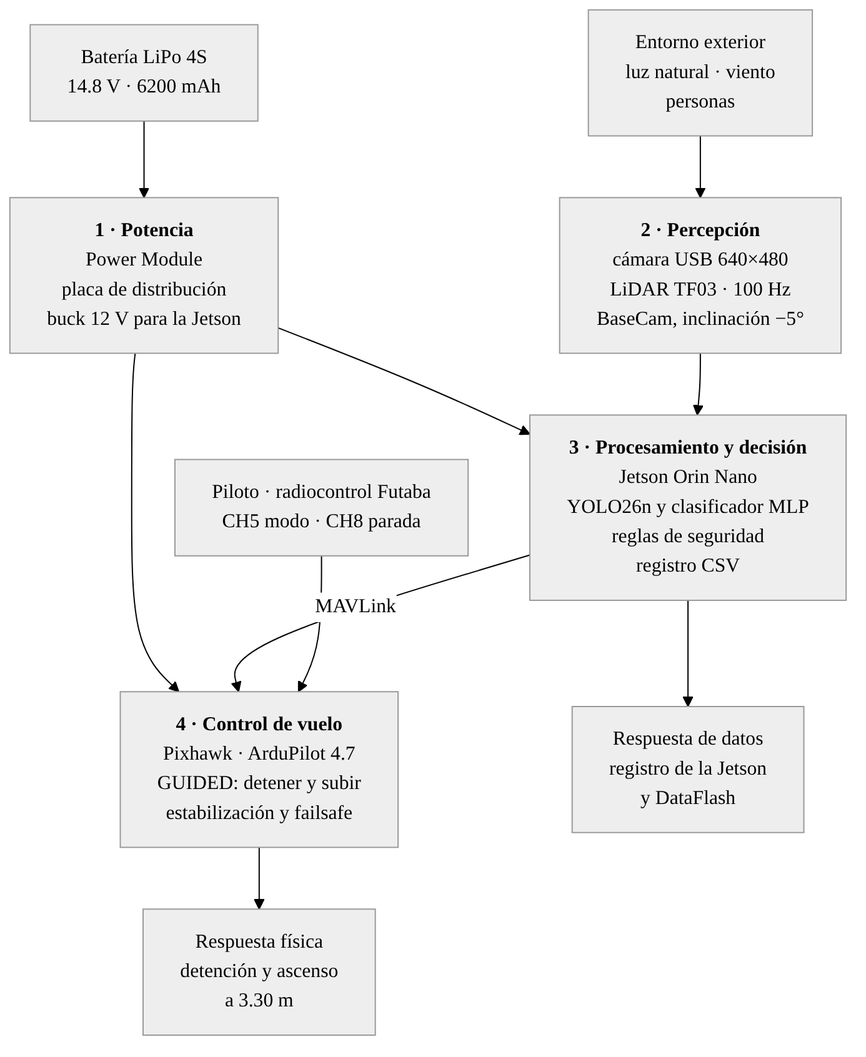
The Mermaid diagram 08_EVIDENCIA_Y_DIAGRAMAS/diagramas/07_caja_transparente.png in brahianorrego/Talos-AI, before a commit. Its source is kept beside it as 08_EVIDENCIA_Y_DIAGRAMAS/diagramas/07_caja_transparente.mmd. Source of this version:
```mermaid
flowchart TB
    BAT["Batería LiPo 4S<br/>14.8 V · 6200 mAh"]
    ENT["Entorno exterior<br/>luz natural · viento<br/>personas"]
    RC["Piloto · radiocontrol Futaba<br/>CH5 modo · CH8 parada"]
    POT["<b>1 · Potencia</b><br/>Power Module<br/>placa de distribución<br/>buck 12 V para la Jetson"]
    PER["<b>2 · Percepción</b><br/>cámara USB 640×480<br/>LiDAR TF03 · 100 Hz<br/>BaseCam, inclinación −5°"]
    DEC["<b>3 · Procesamiento y decisión</b><br/>Jetson Orin Nano<br/>YOLO26n y clasificador MLP<br/>reglas de seguridad<br/>registro CSV"]
    CTL["<b>4 · Control de vuelo</b><br/>Pixhawk · ArduPilot 4.7<br/>GUIDED: detener y subir<br/>estabilización y failsafe"]
    OUT1["Respuesta física<br/>detención y ascenso<br/>a 3.30 m"]
    OUT2["Respuesta de datos<br/>registro de la Jetson<br/>y DataFlash"]
    BAT --> POT
    ENT --> PER
    POT --> DEC
    PER --> DEC
    POT --> CTL
    DEC -->|"MAVLink"| CTL
    RC --> CTL
    CTL --> OUT1
    DEC --> OUT2
```
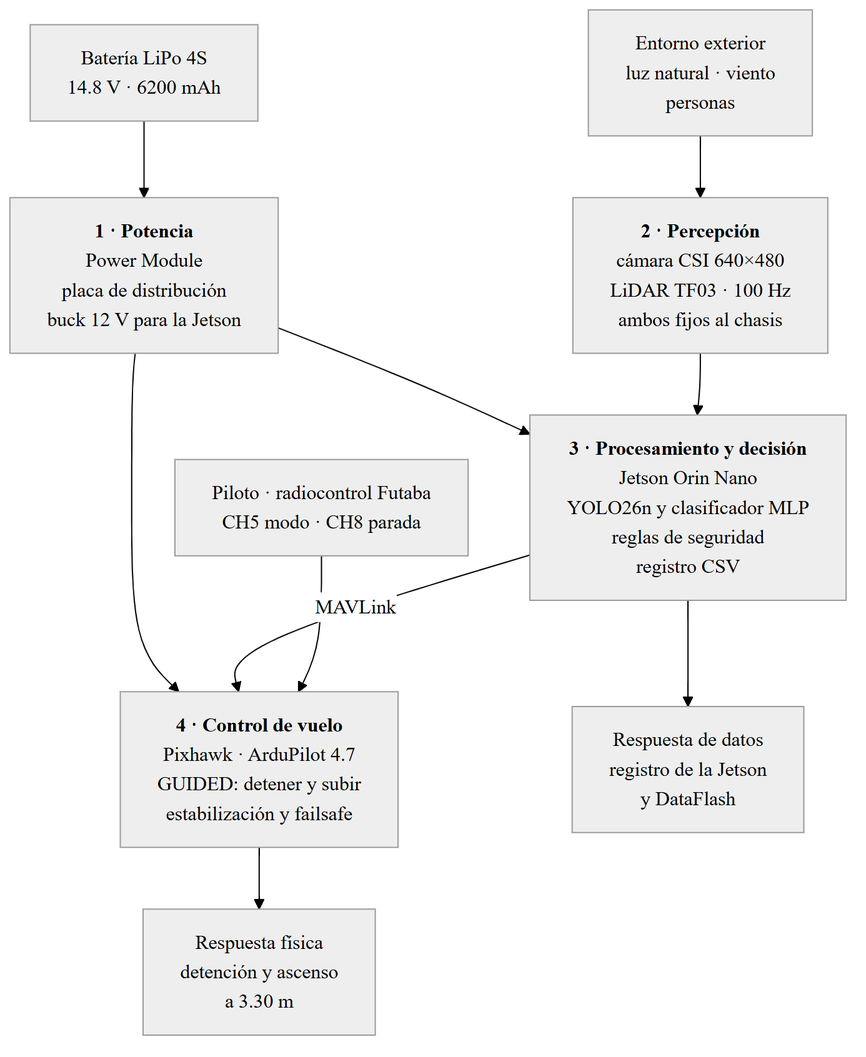
Above is the later version.

Diff of the diagram source:
```diff
@@ -3,7 +3,7 @@
     ENT["Entorno exterior<br/>luz natural · viento<br/>personas"]
     RC["Piloto · radiocontrol Futaba<br/>CH5 modo · CH8 parada"]
     POT["<b>1 · Potencia</b><br/>Power Module<br/>placa de distribución<br/>buck 12 V para la Jetson"]
-    PER["<b>2 · Percepción</b><br/>cámara USB 640×480<br/>LiDAR TF03 · 100 Hz<br/>BaseCam, inclinación −5°"]
+    PER["<b>2 · Percepción</b><br/>cámara CSI 640×480<br/>LiDAR TF03 · 100 Hz<br/>ambos fijos al chasis"]
     DEC["<b>3 · Procesamiento y decisión</b><br/>Jetson Orin Nano<br/>YOLO26n y clasificador MLP<br/>reglas de seguridad<br/>registro CSV"]
     CTL["<b>4 · Control de vuelo</b><br/>Pixhawk · ArduPilot 4.7<br/>GUIDED: detener y subir<br/>estabilización y failsafe"]
     OUT1["Respuesta física<br/>detención y ascenso<br/>a 3.30 m"]
```
